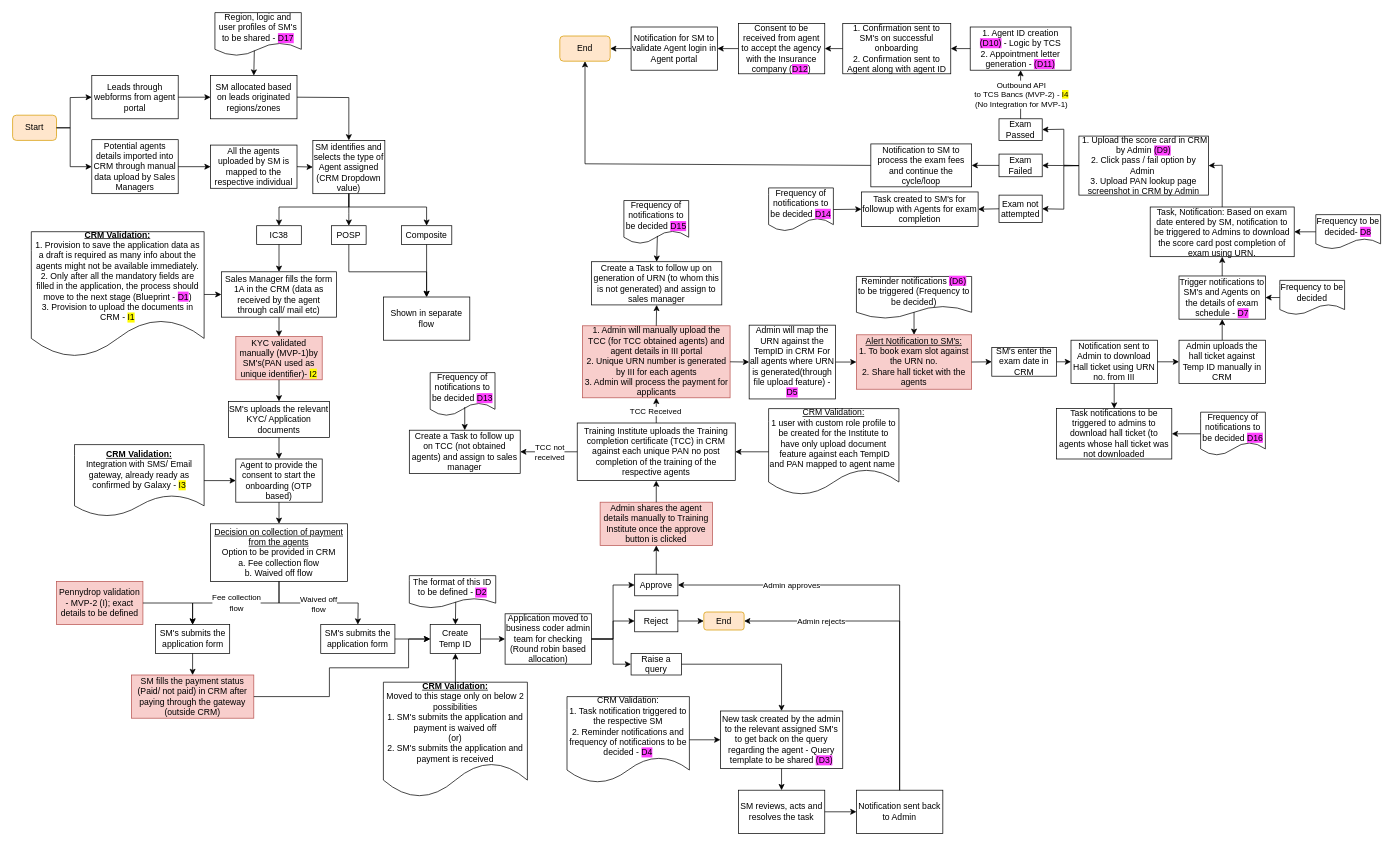
Before: Agent Onboarding IC38 MVP 1.drawio in shaileshsreedar/Galaxy, a draw.io diagram. Source tidied: cells renumbered, new cells numbered last; positions are measured from the earlier drawing's top-left corner, leaving out a move shared by most shapes. Both pictures are drawn from the tidied source at 72%, with x=0, y=0 at pixel (12, 12).
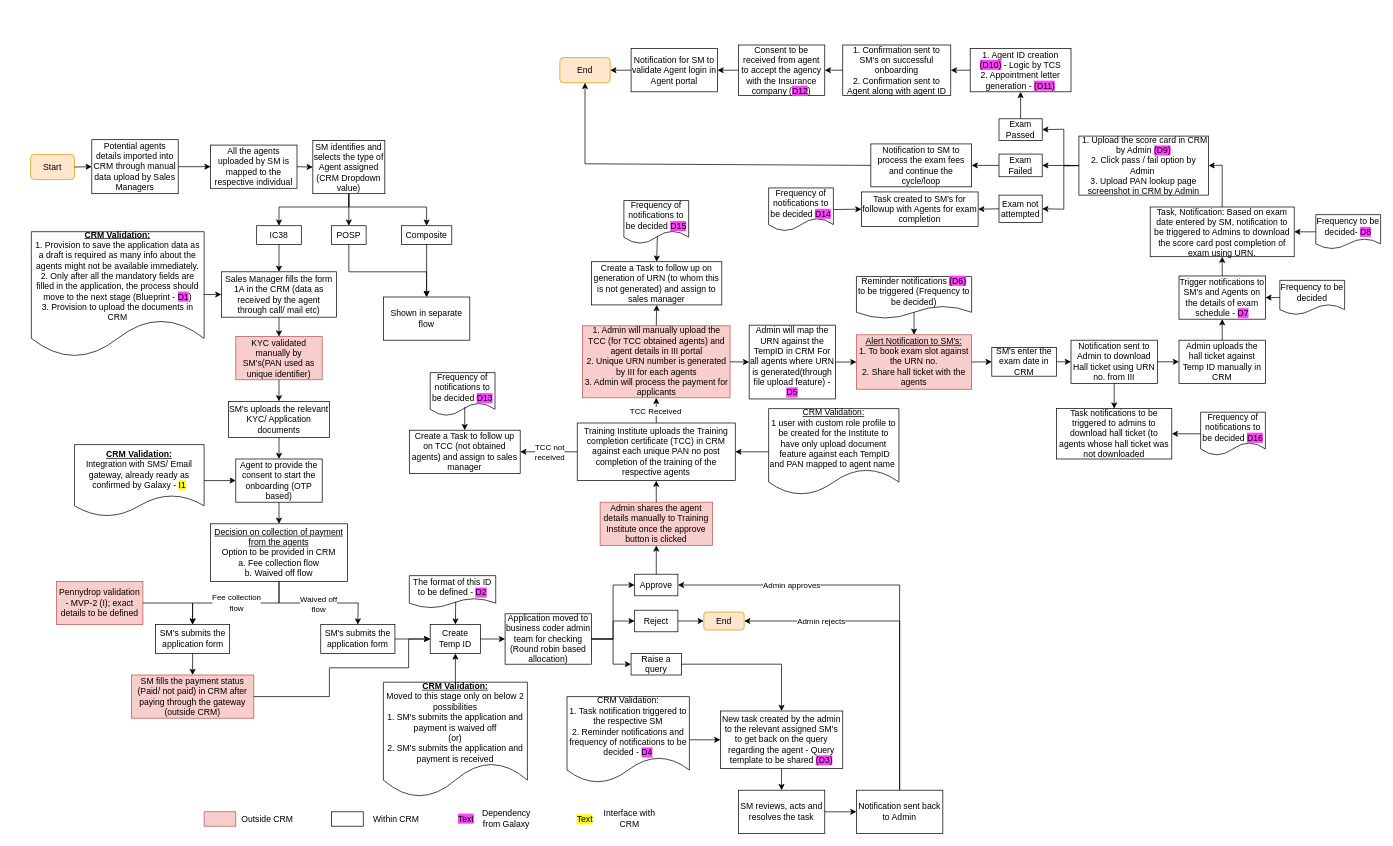
The same page after the edit.

The change refers to these unchanged cells:
```xml
<mxCell id="5" value="SM identifies and selects the type of Agent assigned (CRM Dropdown value)" style="rounded=0;whiteSpace=wrap;html=1;" parent="1" vertex="1">
  <mxGeometry x="417" y="177.5" width="100" height="74" as="geometry" />
</mxCell>
<mxCell id="15" value="Potential agents details imported into CRM through manual data upload by Sales Managers" style="rounded=0;whiteSpace=wrap;html=1;" parent="1" vertex="1">
  <mxGeometry x="110" y="176.5" width="120" height="75" as="geometry" />
</mxCell>
<mxCell id="101" style="endArrow=classic;html=1;rounded=0;exitX=0.5;exitY=0;exitDx=0;exitDy=0;entryX=0.5;entryY=1;entryDx=0;entryDy=0;" parent="1" edge="1" source="97" target="100">
  <mxGeometry relative="1" as="geometry" />
</mxCell>
```

Diff of the diagram source:
```diff
@@
     <mxCell id="2" value="Start" style="rounded=1;whiteSpace=wrap;html=1;fillColor=#ffe6cc;strokeColor=#d79b00;" parent="1" vertex="1">
-      <mxGeometry y="142.5" width="61" height="35" as="geometry" />
+      <mxGeometry x="25" y="197" width="61" height="35" as="geometry" />
     </mxCell>
-    <mxCell id="3" style="endArrow=classic;html=1;rounded=0;exitX=1;exitY=0.5;exitDx=0;exitDy=0;entryX=0;entryY=0.5;entryDx=0;entryDy=0;" parent="1" edge="1" source="2" target="15">
-      <mxGeometry relative="1" as="geometry">
-        <Array as="points">
-          <mxPoint x="80" y="160" />
-          <mxPoint x="80" y="214" />
-        </Array>
-      </mxGeometry>
-    </mxCell>
@@
     <mxCell id="14" value="End" style="rounded=1;whiteSpace=wrap;html=1;fillColor=#ffe6cc;strokeColor=#d79b00;" parent="1" vertex="1">
-      <mxGeometry x="760" y="32.5" width="70" height="35" as="geometry" />
+      <mxGeometry x="760" y="62.5" width="70" height="35" as="geometry" />
     </mxCell>
@@
-    <mxCell id="19" value="KYC validated manually (MVP-1)by SM's(PAN used as unique identifier)-&amp;nbsp;&lt;span style=&quot;background-color: rgb(255, 251, 0);&quot;&gt;I2&lt;/span&gt;" style="rounded=0;whiteSpace=wrap;html=1;fillColor=#f8cecc;strokeColor=#b85450;" parent="1" vertex="1">
+    <mxCell id="19" value="KYC validated manually by SM's(PAN used as unique identifier)" style="rounded=0;whiteSpace=wrap;html=1;fillColor=#f8cecc;strokeColor=#b85450;" parent="1" vertex="1">
       <mxGeometry x="310" y="450" width="120" height="60" as="geometry" />
     </mxCell>
@@
-    <mxCell id="21" value="&lt;b&gt;&lt;u&gt;CRM Validation:&lt;/u&gt;&lt;/b&gt;&lt;div&gt;1. Provision to save the application data as a draft is required as many info about the agents might not be available immediately.&lt;/div&gt;&lt;div&gt;2. Only after all the mandatory fields are filled in the application, the process should move to the next stage (Blueprint - &lt;span style=&quot;background-color: rgb(255, 64, 255);&quot;&gt;D1&lt;/span&gt;)&lt;/div&gt;&lt;div&gt;3. Provision to upload the documents in CRM - &lt;span style=&quot;background-color: rgb(255, 251, 0);&quot;&gt;I1&lt;/span&gt;&lt;/div&gt;" style="shape=document;whiteSpace=wrap;html=1;boundedLbl=1;" parent="1" vertex="1">
+    <mxCell id="21" value="&lt;b&gt;&lt;u&gt;CRM Validation:&lt;/u&gt;&lt;/b&gt;&lt;div&gt;1. Provision to save the application data as a draft is required as many info about the agents might not be available immediately.&lt;/div&gt;&lt;div&gt;2. Only after all the mandatory fields are filled in the application, the process should move to the next stage (Blueprint - &lt;span style=&quot;background-color: rgb(255, 64, 255);&quot;&gt;D1&lt;/span&gt;)&lt;/div&gt;&lt;div&gt;3. Provision to upload the documents in CRM&lt;/div&gt;" style="shape=document;whiteSpace=wrap;html=1;boundedLbl=1;" parent="1" vertex="1">
       <mxGeometry x="26" y="304.3" width="240" height="174.4" as="geometry" />
     </mxCell>
@@
-    <mxCell id="26" value="&lt;b&gt;&lt;u&gt;CRM Validation:&lt;/u&gt;&lt;/b&gt;&lt;div&gt;Integration with SMS/ Email gateway, already ready as confirmed by Galaxy - &lt;span style=&quot;background-color: rgb(255, 251, 0);&quot;&gt;I3&lt;/span&gt;&lt;/div&gt;" style="shape=document;whiteSpace=wrap;html=1;boundedLbl=1;" parent="1" vertex="1">
+    <mxCell id="26" value="&lt;b&gt;&lt;u&gt;CRM Validation:&lt;/u&gt;&lt;/b&gt;&lt;div&gt;Integration with SMS/ Email gateway, already ready as confirmed by Galaxy - &lt;span style=&quot;background-color: rgb(255, 251, 0);&quot;&gt;I1&lt;/span&gt;&lt;/div&gt;" style="shape=document;whiteSpace=wrap;html=1;boundedLbl=1;" parent="1" vertex="1">
       <mxGeometry x="86" y="600" width="180" height="100" as="geometry" />
     </mxCell>
@@
     <mxCell id="100" value="1. Agent ID creation &lt;span style=&quot;background-color: rgb(255, 64, 255);&quot;&gt;(D10)&lt;/span&gt; - Logic by TCS&lt;div&gt;2. Appointment letter generation - &lt;span style=&quot;background-color: rgb(255, 64, 255);&quot;&gt;(D11)&lt;/span&gt;&lt;/div&gt;" style="rounded=0;whiteSpace=wrap;html=1;" parent="1" vertex="1">
-      <mxGeometry x="1330" y="20" width="140" height="60" as="geometry" />
+      <mxGeometry x="1330" y="50" width="140" height="60" as="geometry" />
     </mxCell>
@@
-    <mxCell id="102" value="Outbound API&lt;div&gt;to TCS Bancs (MVP-2) - &lt;span style=&quot;background-color: rgb(255, 251, 0);&quot;&gt;I4&lt;/span&gt;&lt;/div&gt;&lt;div&gt;&lt;span style=&quot;background-color: rgb(255, 255, 255);&quot;&gt;(No Integration for MVP-1)&lt;/span&gt;&lt;/div&gt;" style="edgeLabel;html=1;align=center;verticalAlign=middle;" parent="101" vertex="1">
-      <mxGeometry x="0.01" relative="1" as="geometry" />
-    </mxCell>
     <mxCell id="103" value="1. Confirmation sent to SM's on successful onboarding&lt;div&gt;2. Confirmation sent to Agent along with agent ID&lt;/div&gt;" style="rounded=0;whiteSpace=wrap;html=1;" parent="1" vertex="1">
-      <mxGeometry x="1153" y="15" width="150" height="70" as="geometry" />
+      <mxGeometry x="1153" y="45" width="150" height="70" as="geometry" />
     </mxCell>
     <mxCell id="104" value="Notification for SM to validate Agent login in Agent portal" style="rounded=0;whiteSpace=wrap;html=1;" parent="1" vertex="1">
-      <mxGeometry x="859" y="20" width="120" height="60" as="geometry" />
+      <mxGeometry x="859" y="50" width="120" height="60" as="geometry" />
     </mxCell>
@@
     <mxCell id="115" value="Consent to be received from agent to accept the agency with the Insurance company (&lt;span style=&quot;background-color: rgb(255, 64, 255);&quot;&gt;D12&lt;/span&gt;)" style="rounded=0;whiteSpace=wrap;html=1;" parent="1" vertex="1">
-      <mxGeometry x="1008" y="15" width="120" height="70" as="geometry" />
+      <mxGeometry x="1008" y="45" width="120" height="70" as="geometry" />
     </mxCell>
@@
-    <mxCell id="138" value="Leads through webforms from agent portal" style="rounded=0;whiteSpace=wrap;html=1;" parent="1" vertex="1">
-      <mxGeometry x="110" y="87.5" width="120" height="60" as="geometry" />
-    </mxCell>
-    <mxCell id="139" value="SM allocated based on leads originated regions/zones" style="rounded=0;whiteSpace=wrap;html=1;" parent="1" vertex="1">
-      <mxGeometry x="275" y="87.5" width="120" height="60" as="geometry" />
-    </mxCell>
-    <mxCell id="140" style="endArrow=classic;html=1;rounded=0;exitX=1;exitY=0.5;exitDx=0;exitDy=0;entryX=0;entryY=0.5;entryDx=0;entryDy=0;" parent="1" edge="1" source="138" target="139">
-      <mxGeometry relative="1" as="geometry" />
-    </mxCell>
-    <mxCell id="141" style="endArrow=classic;html=1;rounded=0;exitX=1;exitY=0.5;exitDx=0;exitDy=0;entryX=0.5;entryY=0;entryDx=0;entryDy=0;" parent="1" edge="1" source="139" target="5">
-      <mxGeometry relative="1" as="geometry">
-        <Array as="points">
-          <mxPoint x="467" y="118" />
-        </Array>
-      </mxGeometry>
-    </mxCell>
-    <mxCell id="142" style="endArrow=classic;html=1;rounded=0;exitX=1;exitY=0.5;exitDx=0;exitDy=0;entryX=0;entryY=0.5;entryDx=0;entryDy=0;" parent="1" edge="1" source="2" target="138">
-      <mxGeometry relative="1" as="geometry">
-        <Array as="points">
-          <mxPoint x="80" y="160" />
-          <mxPoint x="80" y="118" />
-        </Array>
-      </mxGeometry>
-    </mxCell>
-    <mxCell id="143" value="Region, logic and user profiles of SM's to be shared - &lt;span style=&quot;background-color: rgb(255, 64, 255);&quot;&gt;D17&lt;/span&gt;" style="shape=document;whiteSpace=wrap;html=1;boundedLbl=1;" parent="1" vertex="1">
-      <mxGeometry x="281" width="120" height="60" as="geometry" />
-    </mxCell>
-    <mxCell id="144" style="endArrow=classic;html=1;rounded=0;entryX=0.5;entryY=0;entryDx=0;entryDy=0;exitX=0.456;exitY=0.879;exitDx=0;exitDy=0;exitPerimeter=0;" parent="1" edge="1" source="143" target="139">
-      <mxGeometry relative="1" as="geometry" />
-    </mxCell>
@@
+    <mxCell id="3" style="endArrow=classic;html=1;rounded=0;exitX=1;exitY=0.5;exitDx=0;exitDy=0;entryX=0;entryY=0.5;entryDx=0;entryDy=0;" parent="1" edge="1" source="2" target="15">
+      <mxGeometry relative="1" as="geometry" />
+    </mxCell>
+    <mxCell id="146" style="rounded=0;whiteSpace=wrap;html=1;fillColor=#f8cecc;strokeColor=#b85450;" parent="1" vertex="1">
+      <mxGeometry x="266" y="1110" width="44" height="20" as="geometry" />
+    </mxCell>
+    <mxCell id="147" value="Outside CRM" style="text;html=1;align=center;verticalAlign=middle;whiteSpace=wrap;rounded=0;" parent="1" vertex="1">
+      <mxGeometry x="313" y="1106" width="82" height="30" as="geometry" />
+    </mxCell>
+    <mxCell id="148" style="rounded=0;whiteSpace=wrap;html=1;" parent="1" vertex="1">
+      <mxGeometry x="443" y="1110" width="44" height="20" as="geometry" />
+    </mxCell>
+    <mxCell id="149" value="Within CRM" style="text;html=1;align=center;verticalAlign=middle;whiteSpace=wrap;rounded=0;" parent="1" vertex="1">
+      <mxGeometry x="492" y="1106" width="82" height="30" as="geometry" />
+    </mxCell>
+    <mxCell id="150" value="&lt;span style=&quot;background-color: rgb(255, 64, 255);&quot;&gt;Text&lt;/span&gt;" style="text;html=1;align=center;verticalAlign=middle;whiteSpace=wrap;rounded=0;" parent="1" vertex="1">
+      <mxGeometry x="600" y="1105" width="60" height="30" as="geometry" />
+    </mxCell>
+    <mxCell id="151" value="Dependency from Galaxy" style="text;html=1;align=center;verticalAlign=middle;whiteSpace=wrap;rounded=0;" parent="1" vertex="1">
+      <mxGeometry x="645" y="1105" width="82" height="30" as="geometry" />
+    </mxCell>
+    <mxCell id="152" value="&lt;span style=&quot;background-color: rgb(255, 251, 0);&quot;&gt;Text&lt;/span&gt;" style="text;html=1;align=center;verticalAlign=middle;whiteSpace=wrap;rounded=0;" parent="1" vertex="1">
+      <mxGeometry x="765" y="1106" width="60" height="30" as="geometry" />
+    </mxCell>
+    <mxCell id="153" value="Interface with CRM" style="text;html=1;align=center;verticalAlign=middle;whiteSpace=wrap;rounded=0;" parent="1" vertex="1">
+      <mxGeometry x="816" y="1105" width="82" height="30" as="geometry" />
+    </mxCell>
```
